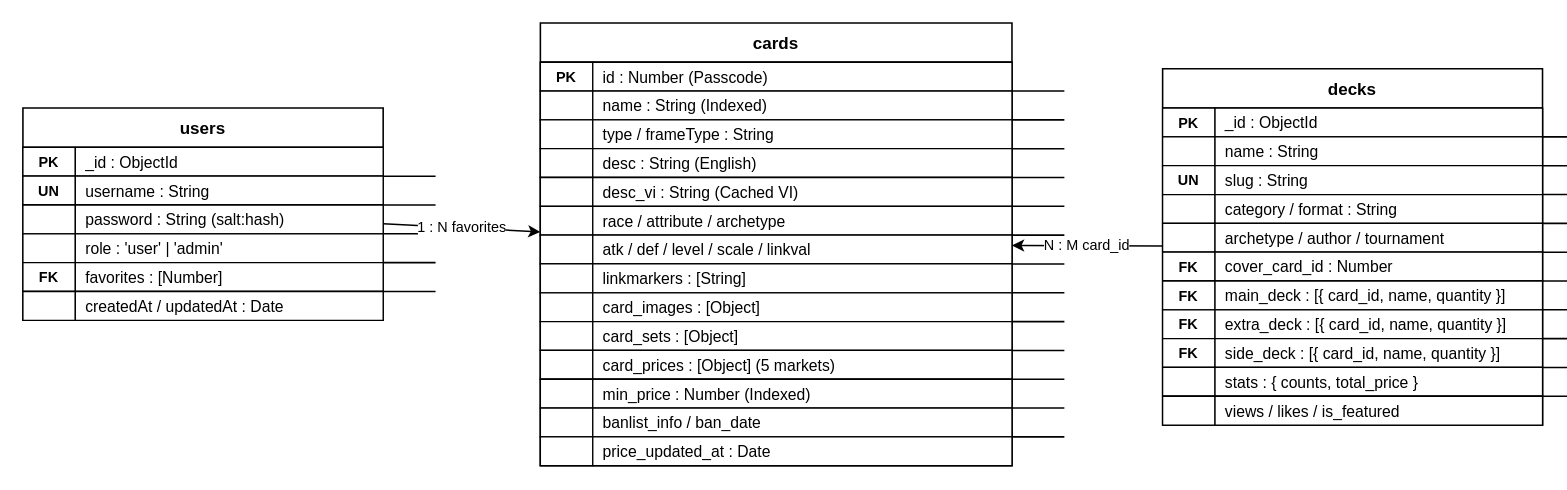
This is Tai lieu/Draw.io/SRS_1_5_Entity_Relationship.drawio from minhthanh1806/PROJECT_SDN, a draw.io file, before an edit. Source tidied: cells renumbered, new cells numbered last; positions are measured from the earlier drawing's top-left corner, leaving out a move shared by most shapes. Both pictures are drawn from the tidied source at 131%, with x=0, y=0 at pixel (22, 22).
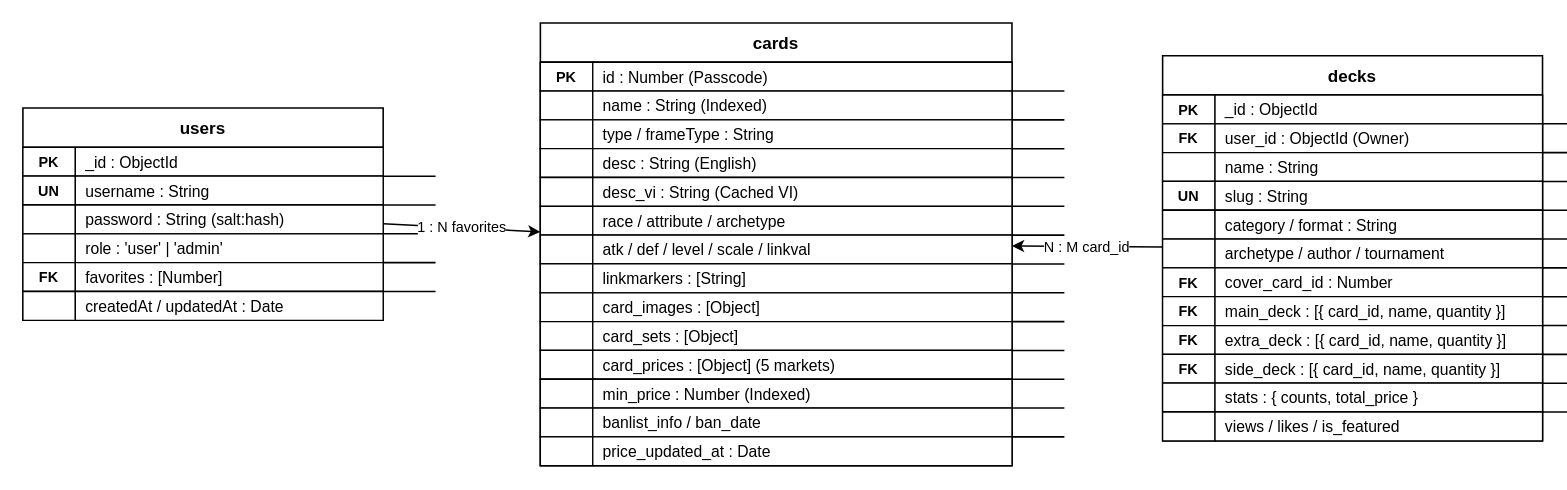
The same page after the edit.

Unchanged cells that the change refers to:
```xml
<mxCell id="2" value="users" style="shape=table;startSize=30;childLayout=tableLayout;rowLines=1;fontStyle=1;align=center;fontSize=13;fillColor=#ffffff;strokeColor=#000000;fontColor=#000000;strokeWidth=1.2;" parent="1" vertex="1">
  <mxGeometry y="65" width="275" height="162" as="geometry" />
</mxCell>
<mxCell id="21" value="cards" style="shape=table;startSize=30;childLayout=tableLayout;rowLines=1;fontStyle=1;align=center;fontSize=13;fillColor=#ffffff;strokeColor=#000000;fontColor=#000000;strokeWidth=1.2;" parent="1" vertex="1">
  <mxGeometry x="395" width="360" height="338" as="geometry" />
</mxCell>
<mxCell id="68" style="shape=tableRow;horizontal=0;fillColor=#ffffff;strokeColor=#000000;" parent="64" vertex="1">
  <mxGeometry y="52" width="290" height="22" as="geometry" />
</mxCell>
<mxCell id="71" style="shape=tableRow;horizontal=0;fillColor=#ffffff;strokeColor=#000000;" parent="64" vertex="1">
  <mxGeometry y="74" width="290" height="22" as="geometry" />
</mxCell>
<mxCell id="74" style="shape=tableRow;horizontal=0;fillColor=#ffffff;strokeColor=#000000;" parent="64" vertex="1">
  <mxGeometry y="96" width="290" height="22" as="geometry" />
</mxCell>
<mxCell id="77" style="shape=tableRow;horizontal=0;fillColor=#ffffff;strokeColor=#000000;" parent="64" vertex="1">
  <mxGeometry y="118" width="290" height="22" as="geometry" />
</mxCell>
<mxCell id="80" style="shape=tableRow;horizontal=0;fillColor=#ffffff;strokeColor=#000000;" parent="64" vertex="1">
  <mxGeometry y="140" width="290" height="22" as="geometry" />
</mxCell>
<mxCell id="83" style="shape=tableRow;horizontal=0;fillColor=#ffffff;strokeColor=#000000;" parent="64" vertex="1">
  <mxGeometry y="162" width="290" height="22" as="geometry" />
</mxCell>
<mxCell id="86" style="shape=tableRow;horizontal=0;fillColor=#ffffff;strokeColor=#000000;" parent="64" vertex="1">
  <mxGeometry y="184" width="290" height="22" as="geometry" />
</mxCell>
<mxCell id="89" style="shape=tableRow;horizontal=0;fillColor=#ffffff;strokeColor=#000000;" parent="64" vertex="1">
  <mxGeometry y="206" width="290" height="22" as="geometry" />
</mxCell>
<mxCell id="92" style="shape=tableRow;horizontal=0;fillColor=#ffffff;strokeColor=#000000;" parent="64" vertex="1">
  <mxGeometry y="228" width="290" height="22" as="geometry" />
</mxCell>
<mxCell id="95" style="shape=tableRow;horizontal=0;fillColor=#ffffff;strokeColor=#000000;" parent="64" vertex="1">
  <mxGeometry y="250" width="290" height="22" as="geometry" />
</mxCell>
```

What changed in the source:
```diff
@@
     <mxCell id="64" value="decks" style="shape=table;startSize=30;childLayout=tableLayout;rowLines=1;fontStyle=1;align=center;fontSize=13;fillColor=#ffffff;strokeColor=#000000;fontColor=#000000;strokeWidth=1.2;" parent="1" vertex="1">
-      <mxGeometry x="870" y="35" width="290" height="272" as="geometry" />
+      <mxGeometry x="870" y="25" width="290" height="294" as="geometry" />
     </mxCell>
@@
-    <mxCell id="69" style="shape=partialRectangle;fillColor=#ffffff;fontStyle=1;fontSize=11;align=center;fontColor=#000000;strokeColor=#000000;" parent="68" vertex="1">
+    <mxCell id="69" value="FK" style="shape=partialRectangle;fillColor=#ffffff;fontStyle=1;fontSize=11;align=center;fontColor=#000000;strokeColor=#000000;" parent="68" vertex="1">
       <mxGeometry width="40" height="22" as="geometry" />
     </mxCell>
-    <mxCell id="70" value="name : String" style="shape=partialRectangle;fillColor=#ffffff;align=left;spacingLeft=6;fontSize=12;fontColor=#000000;strokeColor=#000000;" parent="68" vertex="1">
+    <mxCell id="70" value="user_id : ObjectId (Owner)" style="shape=partialRectangle;fillColor=#ffffff;align=left;spacingLeft=6;fontSize=12;fontColor=#000000;strokeColor=#000000;" parent="68" vertex="1">
       <mxGeometry x="40" width="250" height="22" as="geometry" />
     </mxCell>
@@
-    <mxCell id="72" value="UN" style="shape=partialRectangle;fillColor=#ffffff;fontStyle=1;fontSize=11;align=center;fontColor=#000000;strokeColor=#000000;" parent="71" vertex="1">
+    <mxCell id="72" style="shape=partialRectangle;fillColor=#ffffff;fontStyle=1;fontSize=11;align=center;fontColor=#000000;strokeColor=#000000;" parent="71" vertex="1">
       <mxGeometry width="40" height="22" as="geometry" />
     </mxCell>
-    <mxCell id="73" value="slug : String" style="shape=partialRectangle;fillColor=#ffffff;align=left;spacingLeft=6;fontSize=12;fontColor=#000000;strokeColor=#000000;" parent="71" vertex="1">
+    <mxCell id="73" value="name : String" style="shape=partialRectangle;fillColor=#ffffff;align=left;spacingLeft=6;fontSize=12;fontColor=#000000;strokeColor=#000000;" parent="71" vertex="1">
       <mxGeometry x="40" width="250" height="22" as="geometry" />
     </mxCell>
@@
-    <mxCell id="75" style="shape=partialRectangle;fillColor=#ffffff;fontStyle=1;fontSize=11;align=center;fontColor=#000000;strokeColor=#000000;" parent="74" vertex="1">
+    <mxCell id="75" value="UN" style="shape=partialRectangle;fillColor=#ffffff;fontStyle=1;fontSize=11;align=center;fontColor=#000000;strokeColor=#000000;" parent="74" vertex="1">
       <mxGeometry width="40" height="22" as="geometry" />
     </mxCell>
-    <mxCell id="76" value="category / format : String" style="shape=partialRectangle;fillColor=#ffffff;align=left;spacingLeft=6;fontSize=12;fontColor=#000000;strokeColor=#000000;" parent="74" vertex="1">
+    <mxCell id="76" value="slug : String" style="shape=partialRectangle;fillColor=#ffffff;align=left;spacingLeft=6;fontSize=12;fontColor=#000000;strokeColor=#000000;" parent="74" vertex="1">
       <mxGeometry x="40" width="250" height="22" as="geometry" />
     </mxCell>
@@
-    <mxCell id="79" value="archetype / author / tournament" style="shape=partialRectangle;fillColor=#ffffff;align=left;spacingLeft=6;fontSize=12;fontColor=#000000;strokeColor=#000000;" parent="77" vertex="1">
+    <mxCell id="79" value="category / format : String" style="shape=partialRectangle;fillColor=#ffffff;align=left;spacingLeft=6;fontSize=12;fontColor=#000000;strokeColor=#000000;" parent="77" vertex="1">
       <mxGeometry x="40" width="250" height="22" as="geometry" />
     </mxCell>
@@
-    <mxCell id="81" value="FK" style="shape=partialRectangle;fillColor=#ffffff;fontStyle=1;fontSize=11;align=center;fontColor=#000000;strokeColor=#000000;" parent="80" vertex="1">
+    <mxCell id="81" style="shape=partialRectangle;fillColor=#ffffff;fontStyle=1;fontSize=11;align=center;fontColor=#000000;strokeColor=#000000;" parent="80" vertex="1">
       <mxGeometry width="40" height="22" as="geometry" />
     </mxCell>
-    <mxCell id="82" value="cover_card_id : Number" style="shape=partialRectangle;fillColor=#ffffff;align=left;spacingLeft=6;fontSize=12;fontColor=#000000;strokeColor=#000000;" parent="80" vertex="1">
+    <mxCell id="82" value="archetype / author / tournament" style="shape=partialRectangle;fillColor=#ffffff;align=left;spacingLeft=6;fontSize=12;fontColor=#000000;strokeColor=#000000;" parent="80" vertex="1">
       <mxGeometry x="40" width="250" height="22" as="geometry" />
     </mxCell>
@@
-    <mxCell id="85" value="main_deck : [{ card_id, name, quantity }]" style="shape=partialRectangle;fillColor=#ffffff;align=left;spacingLeft=6;fontSize=12;fontColor=#000000;strokeColor=#000000;" parent="83" vertex="1">
+    <mxCell id="85" value="cover_card_id : Number" style="shape=partialRectangle;fillColor=#ffffff;align=left;spacingLeft=6;fontSize=12;fontColor=#000000;strokeColor=#000000;" parent="83" vertex="1">
       <mxGeometry x="40" width="250" height="22" as="geometry" />
     </mxCell>
@@
-    <mxCell id="88" value="extra_deck : [{ card_id, name, quantity }]" style="shape=partialRectangle;fillColor=#ffffff;align=left;spacingLeft=6;fontSize=12;fontColor=#000000;strokeColor=#000000;" parent="86" vertex="1">
+    <mxCell id="88" value="main_deck : [{ card_id, name, quantity }]" style="shape=partialRectangle;fillColor=#ffffff;align=left;spacingLeft=6;fontSize=12;fontColor=#000000;strokeColor=#000000;" parent="86" vertex="1">
       <mxGeometry x="40" width="250" height="22" as="geometry" />
     </mxCell>
@@
-    <mxCell id="91" value="side_deck : [{ card_id, name, quantity }]" style="shape=partialRectangle;fillColor=#ffffff;align=left;spacingLeft=6;fontSize=12;fontColor=#000000;strokeColor=#000000;" parent="89" vertex="1">
+    <mxCell id="91" value="extra_deck : [{ card_id, name, quantity }]" style="shape=partialRectangle;fillColor=#ffffff;align=left;spacingLeft=6;fontSize=12;fontColor=#000000;strokeColor=#000000;" parent="89" vertex="1">
       <mxGeometry x="40" width="250" height="22" as="geometry" />
     </mxCell>
@@
-    <mxCell id="93" style="shape=partialRectangle;fillColor=#ffffff;fontStyle=1;fontSize=11;align=center;fontColor=#000000;strokeColor=#000000;" parent="92" vertex="1">
+    <mxCell id="93" value="FK" style="shape=partialRectangle;fillColor=#ffffff;fontStyle=1;fontSize=11;align=center;fontColor=#000000;strokeColor=#000000;" parent="92" vertex="1">
       <mxGeometry width="40" height="22" as="geometry" />
     </mxCell>
-    <mxCell id="94" value="stats : { counts, total_price }" style="shape=partialRectangle;fillColor=#ffffff;align=left;spacingLeft=6;fontSize=12;fontColor=#000000;strokeColor=#000000;" parent="92" vertex="1">
+    <mxCell id="94" value="side_deck : [{ card_id, name, quantity }]" style="shape=partialRectangle;fillColor=#ffffff;align=left;spacingLeft=6;fontSize=12;fontColor=#000000;strokeColor=#000000;" parent="92" vertex="1">
       <mxGeometry x="40" width="250" height="22" as="geometry" />
     </mxCell>
@@
-    <mxCell id="97" value="views / likes / is_featured" style="shape=partialRectangle;fillColor=#ffffff;align=left;spacingLeft=6;fontSize=12;fontColor=#000000;strokeColor=#000000;" parent="95" vertex="1">
+    <mxCell id="97" value="stats : { counts, total_price }" style="shape=partialRectangle;fillColor=#ffffff;align=left;spacingLeft=6;fontSize=12;fontColor=#000000;strokeColor=#000000;" parent="95" vertex="1">
       <mxGeometry x="40" width="250" height="22" as="geometry" />
     </mxCell>
-    <mxCell id="98" value="1 : N favorites" style="rounded=0;html=1;endArrow=classic;endFill=1;strokeColor=#000000;fontColor=#000000;fontSize=11;labelBackgroundColor=#ffffff;strokeWidth=1.1;" parent="1" edge="1" source="2" target="21">
-      <mxGeometry relative="1" as="geometry" />
+    <mxCell id="98" style="shape=tableRow;horizontal=0;fillColor=#ffffff;strokeColor=#000000;" parent="64" vertex="1">
+      <mxGeometry y="272" width="290" height="22" as="geometry" />
     </mxCell>
-    <mxCell id="99" value="N : M card_id" style="rounded=0;html=1;endArrow=classic;endFill=1;strokeColor=#000000;fontColor=#000000;fontSize=11;labelBackgroundColor=#ffffff;strokeWidth=1.1;" parent="1" edge="1" source="64" target="21">
-      <mxGeometry relative="1" as="geometry" />
+    <mxCell id="99" style="shape=partialRectangle;fillColor=#ffffff;fontStyle=1;fontSize=11;align=center;fontColor=#000000;strokeColor=#000000;" parent="98" vertex="1">
+      <mxGeometry width="40" height="22" as="geometry" />
     </mxCell>
+    <mxCell id="100" value="views / likes / is_featured" style="shape=partialRectangle;fillColor=#ffffff;align=left;spacingLeft=6;fontSize=12;fontColor=#000000;strokeColor=#000000;" parent="98" vertex="1">
+      <mxGeometry x="40" width="250" height="22" as="geometry" />
+    </mxCell>
+    <mxCell id="101" value="1 : N favorites" style="rounded=0;html=1;endArrow=classic;endFill=1;strokeColor=#000000;fontColor=#000000;fontSize=11;labelBackgroundColor=#ffffff;strokeWidth=1.1;" parent="1" edge="1" source="2" target="21">
+      <mxGeometry relative="1" as="geometry" />
+    </mxCell>
+    <mxCell id="102" value="N : M card_id" style="rounded=0;html=1;endArrow=classic;endFill=1;strokeColor=#000000;fontColor=#000000;fontSize=11;labelBackgroundColor=#ffffff;strokeWidth=1.1;" parent="1" edge="1" source="64" target="21">
+      <mxGeometry relative="1" as="geometry" />
+    </mxCell>
```
